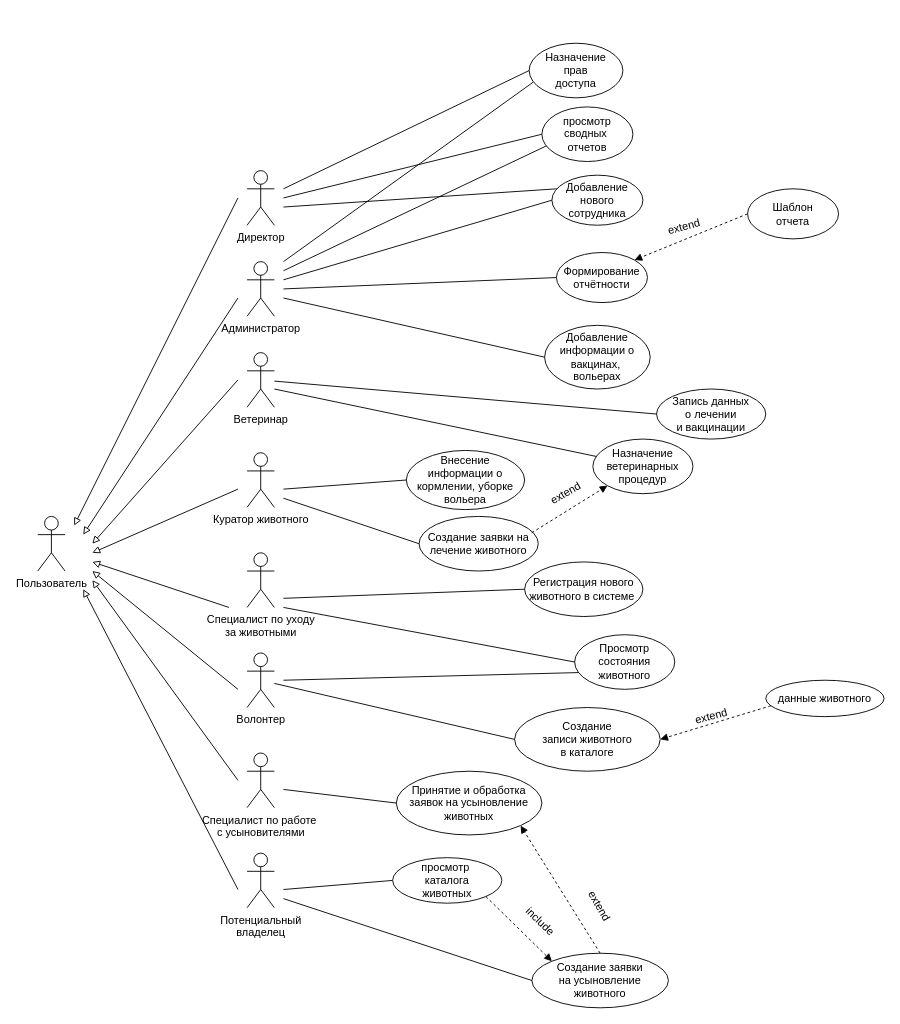
DaniilKOT112/Doc keeps this draw.io diagram as Диаграмма use-case.drawio. Above is the earlier version. Source tidied: cells renumbered, new cells numbered last; positions are measured from the earlier drawing's top-left corner, leaving out a move shared by most shapes. Both pictures are drawn from the tidied source at 91%, with x=0, y=0 at pixel (37, 43).
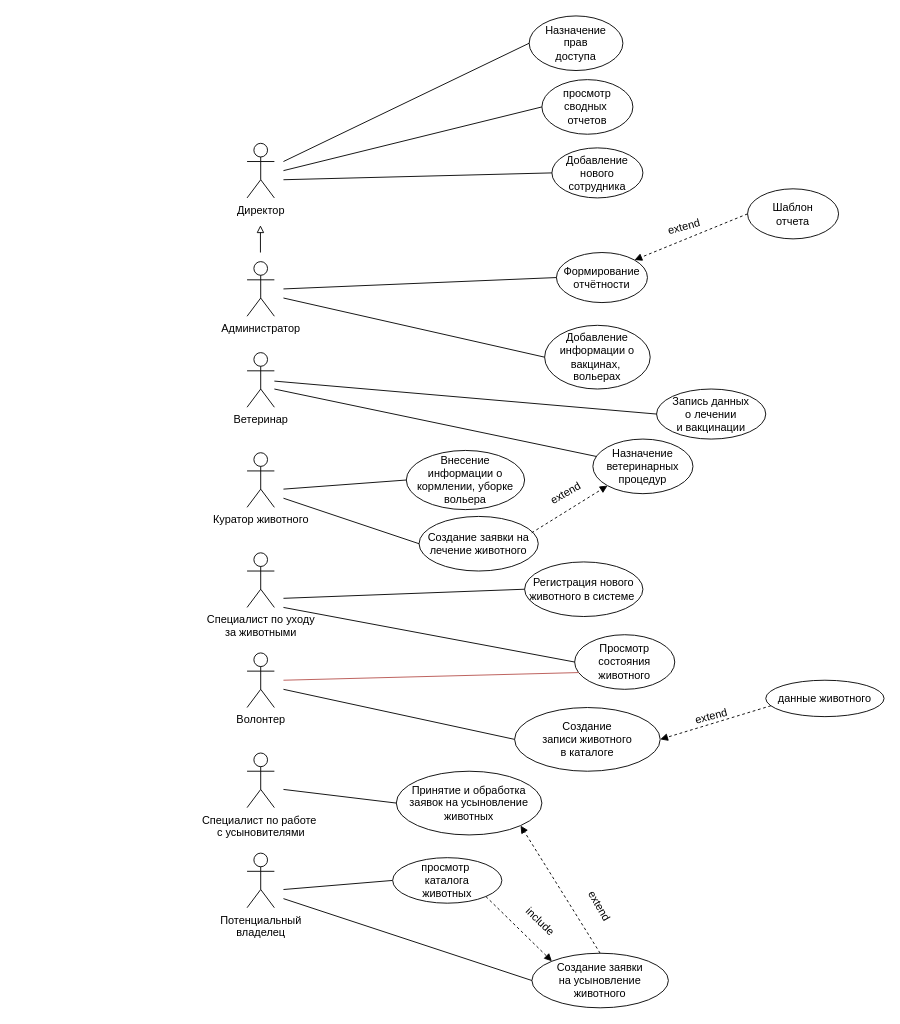
After the change.

The change refers to these unchanged cells:
```xml
<mxCell id="8" value="&lt;div&gt;Волонтер&lt;/div&gt;" style="shape=umlActor;verticalLabelPosition=bottom;verticalAlign=top;html=1;outlineConnect=0;" parent="1" vertex="1">
  <mxGeometry x="230" y="670" width="30" height="60" as="geometry" />
</mxCell>
<mxCell id="33" value="Просмотр&lt;div&gt;состояния&lt;/div&gt;&lt;div&gt;животного&lt;/div&gt;" style="ellipse;whiteSpace=wrap;html=1;" parent="1" vertex="1">
  <mxGeometry x="590" y="650" width="110" height="60" as="geometry" />
</mxCell>
<mxCell id="36" value="Создание&lt;div&gt;записи животного&lt;/div&gt;&lt;div&gt;в каталоге&lt;/div&gt;" style="ellipse;whiteSpace=wrap;html=1;" parent="1" vertex="1">
  <mxGeometry x="524" y="730" width="160" height="70" as="geometry" />
</mxCell>
```

Diff of the diagram source:
```diff
@@
-    <mxCell id="2" value="Пользователь" style="shape=umlActor;verticalLabelPosition=bottom;verticalAlign=top;html=1;" parent="1" vertex="1">
-      <mxGeometry y="520" width="30" height="60" as="geometry" />
-    </mxCell>
     <mxCell id="3" value="Директор" style="shape=umlActor;verticalLabelPosition=bottom;verticalAlign=top;html=1;" parent="1" vertex="1">
-      <mxGeometry x="230" y="140" width="30" height="60" as="geometry" />
+      <mxGeometry x="230" y="110" width="30" height="60" as="geometry" />
     </mxCell>
@@
-    <mxCell id="11" style="endArrow=block;html=1;rounded=0;endFill=0;" parent="1" edge="1">
-      <mxGeometry relative="1" as="geometry">
-        <mxPoint x="220" y="170" as="sourcePoint" />
-        <mxPoint x="40" y="530" as="targetPoint" />
-      </mxGeometry>
-    </mxCell>
-    <mxCell id="12" style="endArrow=block;html=1;rounded=0;endFill=0;" parent="1" edge="1">
-      <mxGeometry relative="1" as="geometry">
-        <mxPoint x="220" y="930" as="sourcePoint" />
-        <mxPoint x="50" y="600" as="targetPoint" />
-      </mxGeometry>
-    </mxCell>
-    <mxCell id="13" style="endArrow=block;html=1;rounded=0;endFill=0;" parent="1" edge="1">
-      <mxGeometry relative="1" as="geometry">
-        <mxPoint x="220" y="280" as="sourcePoint" />
-        <mxPoint x="50" y="540" as="targetPoint" />
-      </mxGeometry>
-    </mxCell>
-    <mxCell id="14" style="endArrow=block;html=1;rounded=0;endFill=0;" parent="1" edge="1">
-      <mxGeometry relative="1" as="geometry">
-        <mxPoint x="220" y="810" as="sourcePoint" />
-        <mxPoint x="60" y="590" as="targetPoint" />
-      </mxGeometry>
-    </mxCell>
-    <mxCell id="15" style="endArrow=block;html=1;rounded=0;endFill=0;" parent="1" edge="1">
-      <mxGeometry relative="1" as="geometry">
-        <mxPoint x="220" y="370" as="sourcePoint" />
-        <mxPoint x="60" y="550" as="targetPoint" />
-      </mxGeometry>
-    </mxCell>
-    <mxCell id="16" style="endArrow=block;html=1;rounded=0;endFill=0;" parent="1" edge="1">
-      <mxGeometry relative="1" as="geometry">
-        <mxPoint x="220" y="710" as="sourcePoint" />
-        <mxPoint x="60" y="580" as="targetPoint" />
-      </mxGeometry>
-    </mxCell>
-    <mxCell id="17" style="endArrow=block;html=1;rounded=0;endFill=0;" parent="1" edge="1">
-      <mxGeometry relative="1" as="geometry">
-        <mxPoint x="220" y="490" as="sourcePoint" />
-        <mxPoint x="60" y="560" as="targetPoint" />
-      </mxGeometry>
-    </mxCell>
-    <mxCell id="18" style="endArrow=block;html=1;rounded=0;endFill=0;" parent="1" edge="1">
-      <mxGeometry relative="1" as="geometry">
-        <mxPoint x="210" y="620" as="sourcePoint" />
-        <mxPoint x="60" y="570" as="targetPoint" />
-      </mxGeometry>
-    </mxCell>
     <mxCell id="19" style="endArrow=none;html=1;rounded=0;entryX=0;entryY=0.5;entryDx=0;entryDy=0;" parent="1" edge="1" target="61">
       <mxGeometry relative="1" as="geometry">
-        <mxPoint x="270" y="170" as="sourcePoint" />
+        <mxPoint x="270" y="140" as="sourcePoint" />
       </mxGeometry>
     </mxCell>
     <mxCell id="20" value="Добавление&lt;div&gt;нового&lt;/div&gt;&lt;div&gt;сотрудника&lt;/div&gt;" style="ellipse;whiteSpace=wrap;html=1;" parent="1" vertex="1">
-      <mxGeometry x="565" y="145" width="100" height="55" as="geometry" />
+      <mxGeometry x="565" y="115" width="100" height="55" as="geometry" />
     </mxCell>
-    <mxCell id="21" style="endArrow=none;html=1;rounded=0;entryX=0;entryY=0.5;entryDx=0;entryDy=0;" parent="1" edge="1" target="20">
-      <mxGeometry relative="1" as="geometry">
-        <mxPoint x="270" y="260" as="sourcePoint" />
-      </mxGeometry>
-    </mxCell>
@@
-    <mxCell id="37" style="endArrow=none;html=1;rounded=0;entryX=0;entryY=0.5;entryDx=0;entryDy=0;" parent="1" edge="1" source="8" target="36">
-      <mxGeometry relative="1" as="geometry" />
+    <mxCell id="37" style="endArrow=none;html=1;rounded=0;entryX=0;entryY=0.5;entryDx=0;entryDy=0;" parent="1" edge="1" target="36">
+      <mxGeometry relative="1" as="geometry">
+        <mxPoint x="270" y="710" as="sourcePoint" />
+      </mxGeometry>
     </mxCell>
@@
-    <mxCell id="40" style="endArrow=none;html=1;rounded=0;entryX=0.041;entryY=0.693;entryDx=0;entryDy=0;entryPerimeter=0;" parent="1" edge="1" target="33">
+    <mxCell id="40" style="endArrow=none;html=1;rounded=0;entryX=0.041;entryY=0.693;entryDx=0;entryDy=0;entryPerimeter=0;fillColor=#f8cecc;strokeColor=#b85450;" parent="1" edge="1" target="33">
       <mxGeometry relative="1" as="geometry">
         <mxPoint x="270" y="700" as="sourcePoint" />
       </mxGeometry>
     </mxCell>
@@
     <mxCell id="57" value="Назначение&lt;div&gt;прав&lt;/div&gt;&lt;div&gt;доступа&lt;/div&gt;" style="ellipse;whiteSpace=wrap;html=1;" parent="1" vertex="1">
-      <mxGeometry x="540" width="103" height="60" as="geometry" />
+      <mxGeometry x="540" y="-30" width="103" height="60" as="geometry" />
     </mxCell>
     <mxCell id="58" style="endArrow=none;html=1;rounded=0;entryX=0;entryY=0.5;entryDx=0;entryDy=0;" parent="1" edge="1" target="57">
       <mxGeometry relative="1" as="geometry">
-        <mxPoint x="270" y="160" as="sourcePoint" />
+        <mxPoint x="270" y="130" as="sourcePoint" />
       </mxGeometry>
     </mxCell>
-    <mxCell id="59" style="endArrow=none;html=1;rounded=0;entryX=0.052;entryY=0.273;entryDx=0;entryDy=0;entryPerimeter=0;" parent="1" edge="1" target="20">
+    <mxCell id="59" style="endArrow=none;html=1;rounded=0;entryX=0;entryY=0.5;entryDx=0;entryDy=0;" parent="1" edge="1" target="20">
       <mxGeometry relative="1" as="geometry">
-        <mxPoint x="270" y="180" as="sourcePoint" />
+        <mxPoint x="270" y="150" as="sourcePoint" />
       </mxGeometry>
     </mxCell>
-    <mxCell id="60" style="endArrow=none;html=1;rounded=0;entryX=0.074;entryY=0.694;entryDx=0;entryDy=0;entryPerimeter=0;" parent="1" edge="1" target="61">
-      <mxGeometry relative="1" as="geometry">
-        <mxPoint x="270" y="250" as="sourcePoint" />
-      </mxGeometry>
-    </mxCell>
     <mxCell id="61" value="просмотр сводных&amp;nbsp;&lt;div&gt;отчетов&lt;/div&gt;" style="ellipse;whiteSpace=wrap;html=1;" parent="1" vertex="1">
-      <mxGeometry x="554" y="70" width="100" height="60" as="geometry" />
+      <mxGeometry x="554" y="40" width="100" height="60" as="geometry" />
     </mxCell>
-    <mxCell id="62" style="endArrow=none;html=1;rounded=0;entryX=0.043;entryY=0.713;entryDx=0;entryDy=0;entryPerimeter=0;" parent="1" edge="1" target="57">
-      <mxGeometry relative="1" as="geometry">
-        <mxPoint x="270" y="240" as="sourcePoint" />
-      </mxGeometry>
-    </mxCell>
@@
+    <mxCell id="65" style="endArrow=block;html=1;rounded=0;endFill=0;" parent="1" edge="1">
+      <mxGeometry relative="1" as="geometry">
+        <mxPoint x="244.7" y="230" as="sourcePoint" />
+        <mxPoint x="244.7" y="200" as="targetPoint" />
+      </mxGeometry>
+    </mxCell>
```
